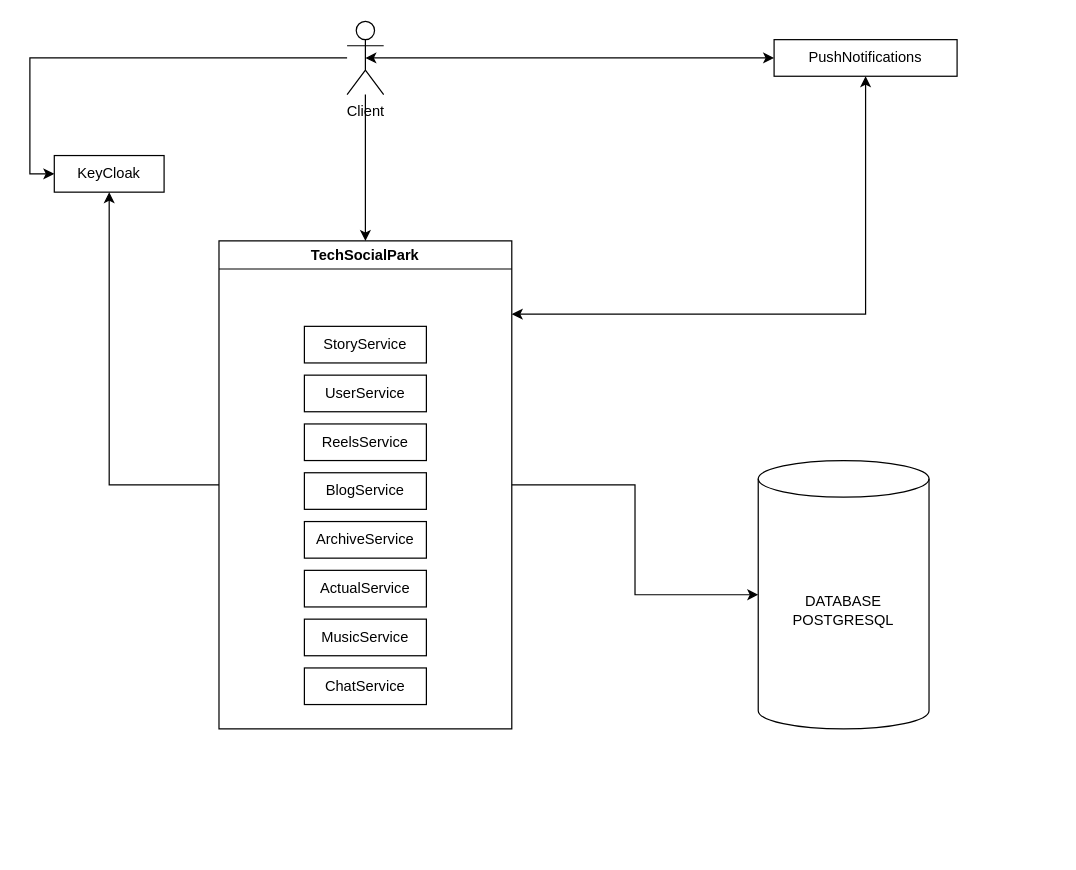
Above: Диаграмма без названия.drawio in Dulatbay/TechoParkProoject (draw.io), before the change. Source tidied: cells renumbered, new cells numbered last; positions are measured from the earlier drawing's top-left corner, leaving out a move shared by most shapes. Both pictures are drawn from the tidied source at 122%, with x=0, y=0 at pixel (54, 21).
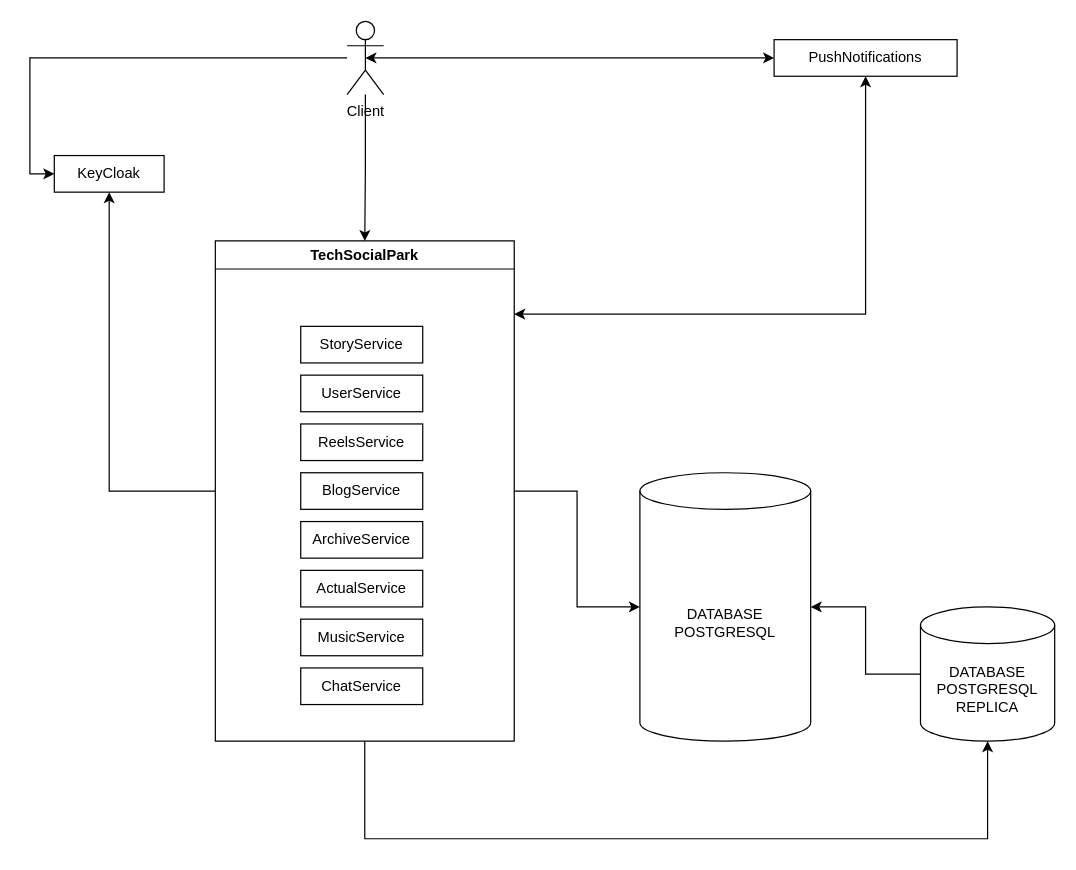
The same page after the edit.

Commit message (it also covers changes not shown here):
Bussiness arch

Diff of the diagram source:
```diff
@@
     <mxCell id="9" value="TechSocialPark" style="swimlane;whiteSpace=wrap;html=1;" parent="1" vertex="1">
-      <mxGeometry x="135" y="180" width="240" height="400" as="geometry" />
+      <mxGeometry x="132" y="180" width="245" height="410" as="geometry" />
     </mxCell>
@@
     <mxCell id="18" value="DATABASE&lt;br&gt;POSTGRESQL" style="shape=cylinder3;whiteSpace=wrap;html=1;boundedLbl=1;backgroundOutline=1;size=15;" parent="1" vertex="1">
-      <mxGeometry x="577" y="360" width="140" height="220" as="geometry" />
+      <mxGeometry x="480" y="370" width="140" height="220" as="geometry" />
     </mxCell>
@@
+    <mxCell id="21" value="DATABASE&lt;br&gt;POSTGRESQL&lt;br&gt;REPLICA" style="shape=cylinder3;whiteSpace=wrap;html=1;boundedLbl=1;backgroundOutline=1;size=15;" parent="1" vertex="1">
+      <mxGeometry x="710" y="480" width="110" height="110" as="geometry" />
+    </mxCell>
+    <mxCell id="22" style="edgeStyle=orthogonalEdgeStyle;rounded=0;jettySize=auto;html=1;entryX=1;entryY=0.5;entryDx=0;entryDy=0;entryPerimeter=0;" parent="1" edge="1" source="21" target="18">
+      <mxGeometry relative="1" as="geometry" />
+    </mxCell>
+    <mxCell id="23" style="edgeStyle=orthogonalEdgeStyle;rounded=0;jettySize=auto;html=1;entryX=0.5;entryY=1;entryDx=0;entryDy=0;entryPerimeter=0;" parent="1" edge="1" source="9" target="21">
+      <mxGeometry relative="1" as="geometry">
+        <Array as="points">
+          <mxPoint x="255" y="670" />
+          <mxPoint x="765" y="670" />
+        </Array>
+      </mxGeometry>
+    </mxCell>
```
